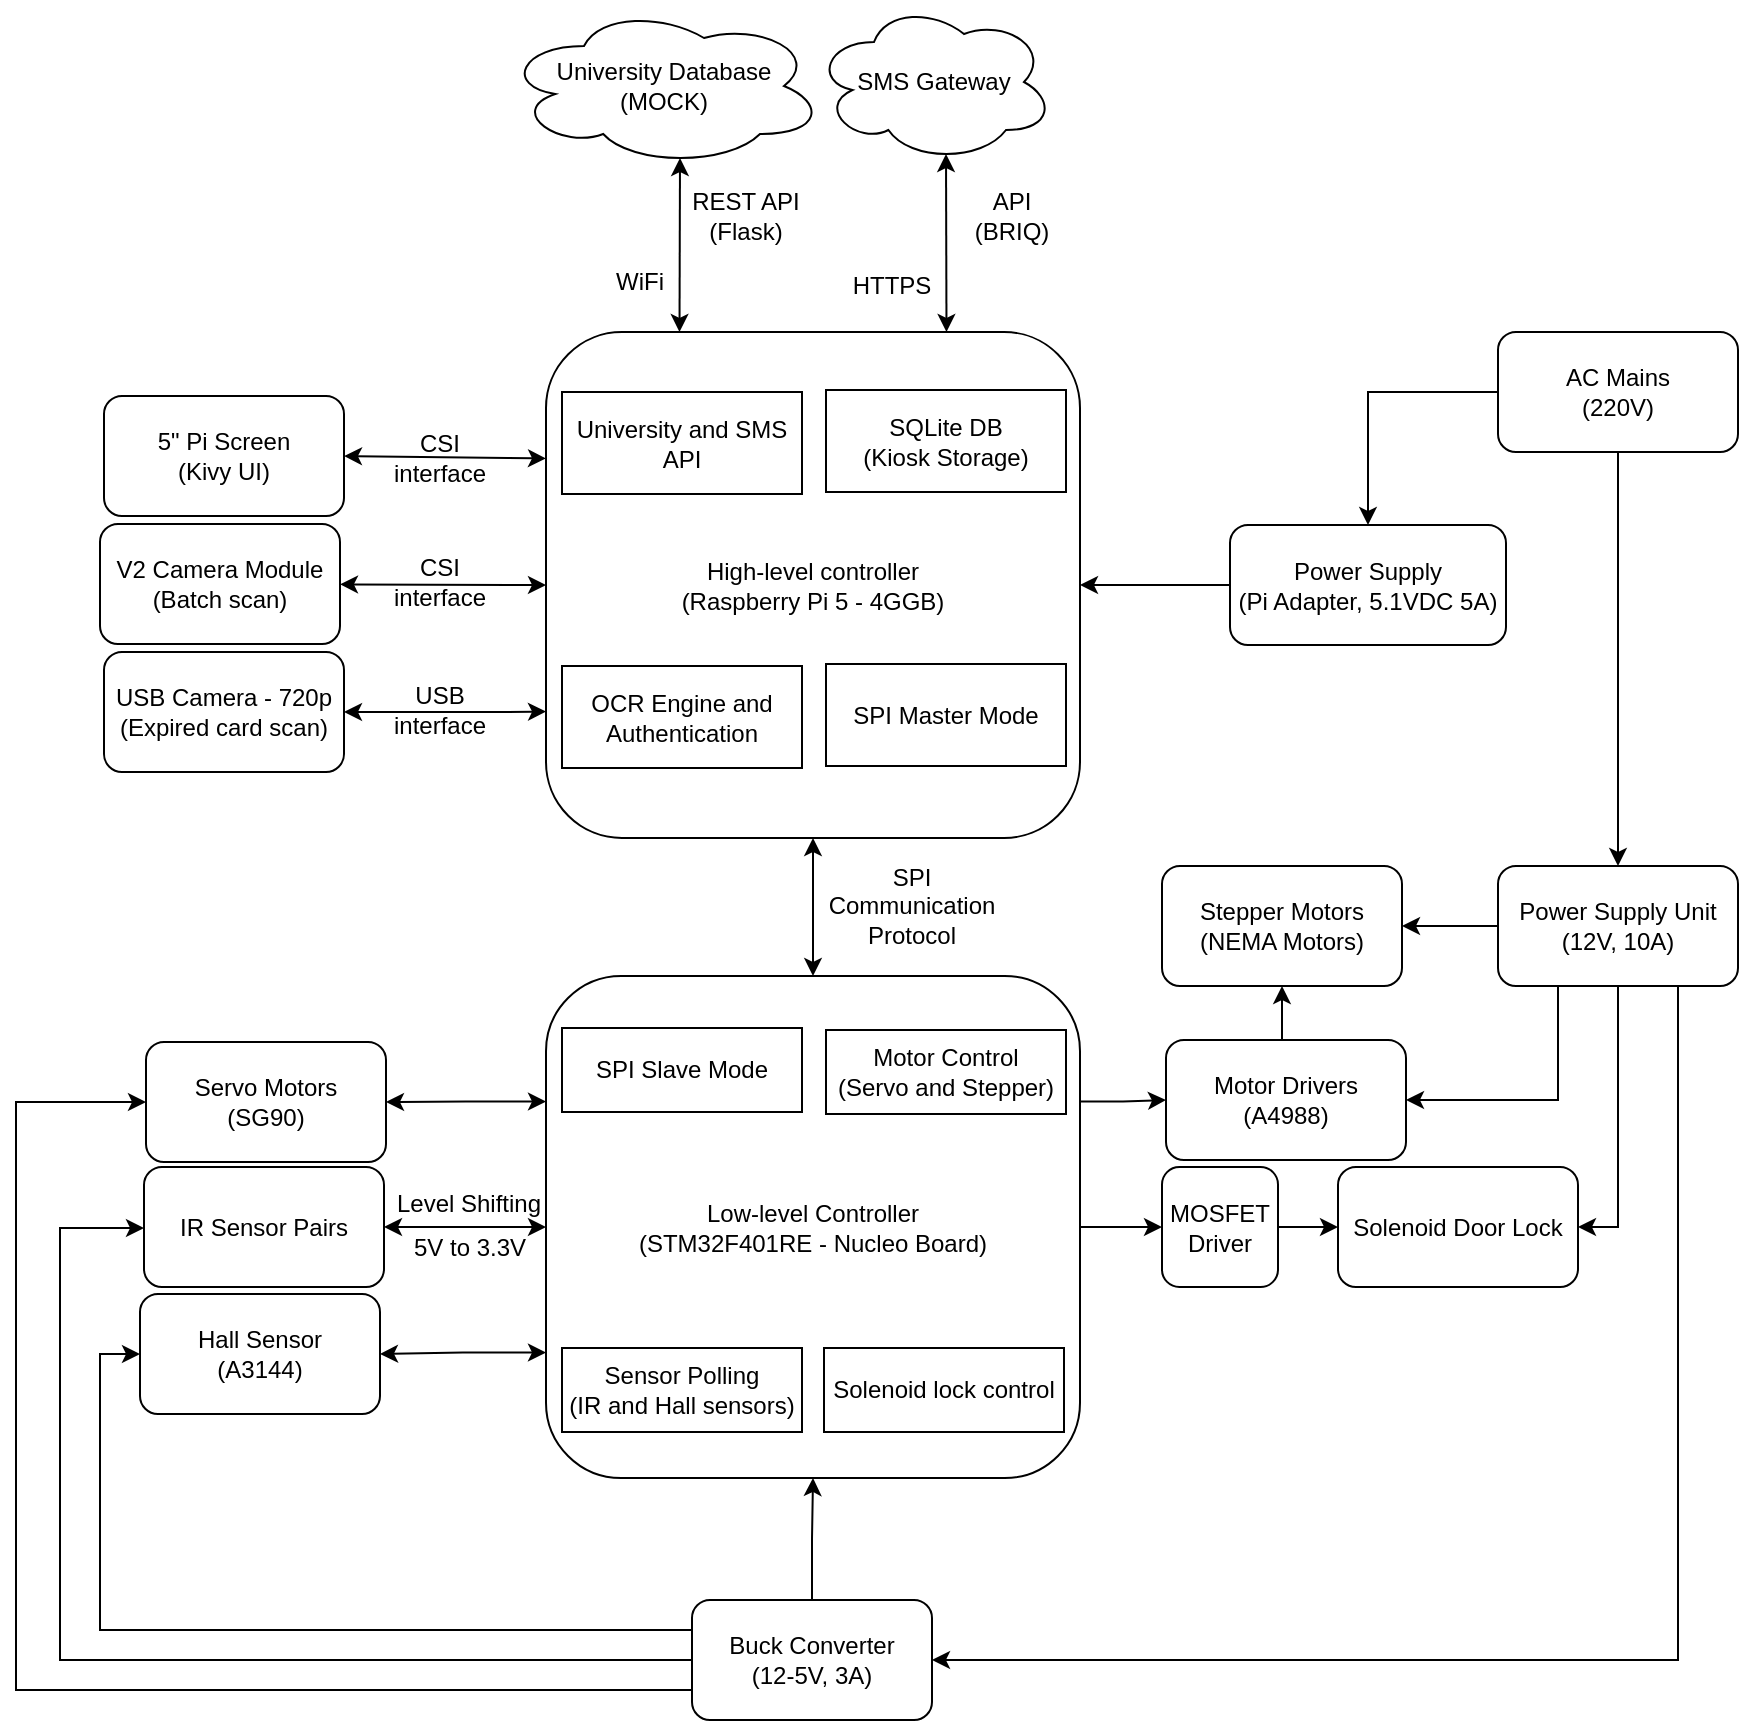
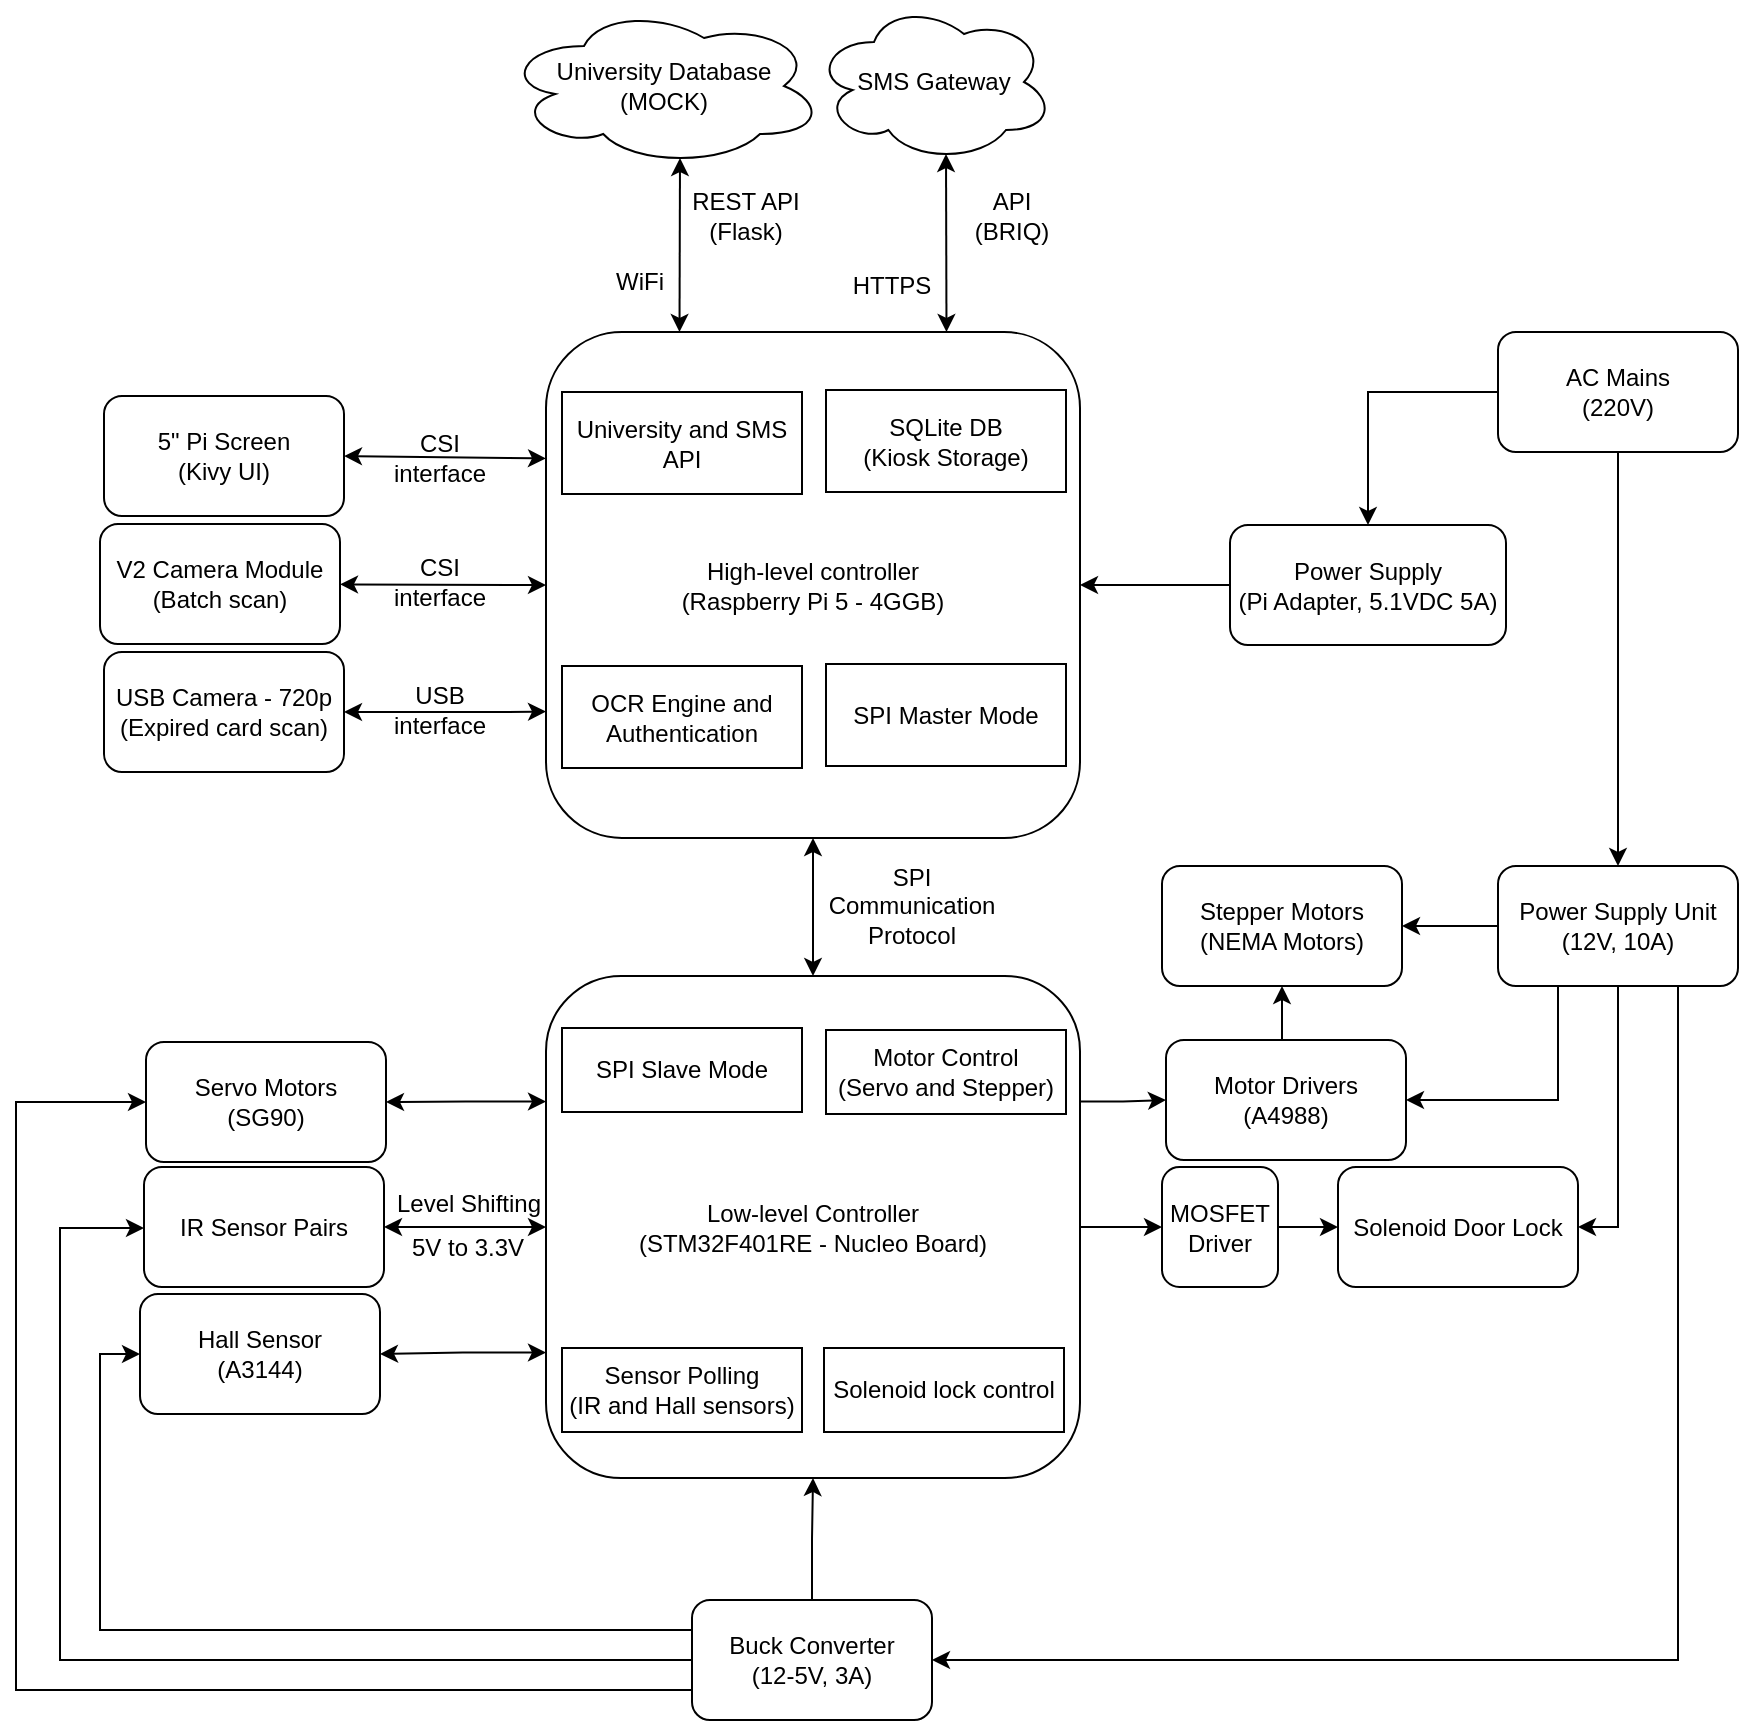
<mxfile host="app.diagrams.net" agent="Mozilla/5.0 (X11; Ubuntu; Linux x86_64; rv:149.0) Gecko/20100101 Firefox/149.0">
  <diagram name="Page-1" id="mYuc8prQHcMQJXzWvvm3">
-     <mxGraphModel dx="1287" dy="1574" grid="1" gridSize="1" guides="1" tooltips="1" connect="1" arrows="1" fold="1" page="1" pageScale="1" pageWidth="1169" pageHeight="827" math="0" shadow="0">
+     <mxGraphModel dx="1488" dy="1664" grid="1" gridSize="1" guides="1" tooltips="1" connect="1" arrows="1" fold="1" page="1" pageScale="1" pageWidth="1169" pageHeight="827" math="0" shadow="0">
      <root>
        <mxCell id="0" />
        <mxCell id="1" parent="0" />
        <mxCell id="GvGBzjtlAZ09NPVF7C73-2" parent="1" style="whiteSpace=wrap;html=1;rounded=1;align=center;" value="&lt;div align=&quot;center&quot;&gt;High-level controller&lt;br&gt;&lt;div&gt;(Raspberry Pi 5 - 4GGB)&lt;/div&gt;&lt;/div&gt;" vertex="1">
-           <mxGeometry height="253" width="267" x="1001" y="-468" as="geometry" />
+           <mxGeometry height="253" width="267" x="406.99999999999994" y="-406" as="geometry" />
        </mxCell>
        <mxCell id="GvGBzjtlAZ09NPVF7C73-4" parent="1" style="ellipse;shape=cloud;whiteSpace=wrap;html=1;" value="University Database&lt;br&gt;(MOCK)" vertex="1">
-           <mxGeometry height="80" width="160" x="980" y="-631" as="geometry" />
+           <mxGeometry height="80" width="160" x="385.99999999999994" y="-569" as="geometry" />
        </mxCell>
        <mxCell id="GvGBzjtlAZ09NPVF7C73-6" parent="1" style="text;html=1;whiteSpace=wrap;strokeColor=none;fillColor=none;align=center;verticalAlign=middle;rounded=0;" value="&lt;div&gt;REST API&lt;/div&gt;&lt;div&gt;(Flask)&lt;/div&gt;" vertex="1">
-           <mxGeometry height="30" width="60" x="1071" y="-541" as="geometry" />
+           <mxGeometry height="30" width="60" x="476.99999999999994" y="-479" as="geometry" />
        </mxCell>
        <mxCell id="GvGBzjtlAZ09NPVF7C73-7" parent="1" style="text;html=1;whiteSpace=wrap;strokeColor=none;fillColor=none;align=center;verticalAlign=middle;rounded=0;" value="&lt;div&gt;WiFi&lt;/div&gt;" vertex="1">
-           <mxGeometry height="30" width="60" x="1018" y="-508" as="geometry" />
+           <mxGeometry height="30" width="60" x="423.99999999999994" y="-446" as="geometry" />
        </mxCell>
        <mxCell id="GvGBzjtlAZ09NPVF7C73-8" parent="1" style="rounded=1;whiteSpace=wrap;html=1;" value="&lt;div&gt;5&quot; Pi Screen&lt;/div&gt;&lt;div&gt;(Kivy UI)&lt;/div&gt;" vertex="1">
-           <mxGeometry height="60" width="120" x="780" y="-436" as="geometry" />
+           <mxGeometry height="60" width="120" x="185.99999999999994" y="-374" as="geometry" />
        </mxCell>
        <mxCell id="GvGBzjtlAZ09NPVF7C73-9" parent="1" style="rounded=1;whiteSpace=wrap;html=1;" value="V2 Camera Module&lt;br&gt;&lt;div&gt;(Batch scan)&lt;/div&gt;" vertex="1">
-           <mxGeometry height="60" width="120" x="778" y="-372" as="geometry" />
+           <mxGeometry height="60" width="120" x="183.99999999999994" y="-310" as="geometry" />
        </mxCell>
        <mxCell id="GvGBzjtlAZ09NPVF7C73-10" parent="1" style="rounded=1;whiteSpace=wrap;html=1;" value="&lt;div&gt;USB Camera - 720p&lt;/div&gt;&lt;div&gt;(Expired card scan)&lt;/div&gt;" vertex="1">
-           <mxGeometry height="60" width="120" x="780" y="-308" as="geometry" />
+           <mxGeometry height="60" width="120" x="185.99999999999994" y="-246" as="geometry" />
        </mxCell>
        <mxCell id="GvGBzjtlAZ09NPVF7C73-18" parent="1" style="text;html=1;whiteSpace=wrap;strokeColor=none;fillColor=none;align=center;verticalAlign=middle;rounded=0;" value="&lt;div&gt;USB interface&lt;/div&gt;" vertex="1">
-           <mxGeometry height="30" width="60" x="918" y="-294" as="geometry" />
+           <mxGeometry height="30" width="60" x="323.99999999999994" y="-232" as="geometry" />
        </mxCell>
        <mxCell id="GvGBzjtlAZ09NPVF7C73-19" parent="1" style="text;html=1;whiteSpace=wrap;strokeColor=none;fillColor=none;align=center;verticalAlign=middle;rounded=0;" value="CSI interface" vertex="1">
-           <mxGeometry height="30" width="60" x="918" y="-420" as="geometry" />
+           <mxGeometry height="30" width="60" x="323.99999999999994" y="-358" as="geometry" />
        </mxCell>
        <mxCell id="E5Vc4qlOW0jQJdsC6d3C-3" edge="1" parent="1" source="E5Vc4qlOW0jQJdsC6d3C-1" style="edgeStyle=orthogonalEdgeStyle;rounded=0;orthogonalLoop=1;jettySize=auto;html=1;exitX=0;exitY=0.5;exitDx=0;exitDy=0;entryX=1;entryY=0.5;entryDx=0;entryDy=0;" target="GvGBzjtlAZ09NPVF7C73-2">
          <mxGeometry relative="1" as="geometry" />
        </mxCell>
        <mxCell id="E5Vc4qlOW0jQJdsC6d3C-1" parent="1" style="rounded=1;whiteSpace=wrap;html=1;" value="Power Supply&lt;br&gt;(Pi Adapter, 5.1VDC 5A)" vertex="1">
-           <mxGeometry height="60" width="138" x="1343" y="-371.5" as="geometry" />
+           <mxGeometry height="60" width="138" x="749" y="-309.5" as="geometry" />
        </mxCell>
        <mxCell id="E5Vc4qlOW0jQJdsC6d3C-12" edge="1" parent="1" source="GvGBzjtlAZ09NPVF7C73-9" style="endArrow=classic;startArrow=classic;html=1;rounded=0;entryX=0;entryY=0.5;entryDx=0;entryDy=0;" target="GvGBzjtlAZ09NPVF7C73-2" value="">
          <mxGeometry height="50" relative="1" width="50" as="geometry">
-             <mxPoint x="965" y="-341.77272727272725" as="sourcePoint" />
-             <mxPoint x="973" y="-371" as="targetPoint" />
+             <mxPoint x="370.99999999999994" y="-279.77272727272725" as="sourcePoint" />
+             <mxPoint x="378.99999999999994" y="-309" as="targetPoint" />
          </mxGeometry>
        </mxCell>
        <mxCell id="E5Vc4qlOW0jQJdsC6d3C-14" edge="1" parent="1" source="GvGBzjtlAZ09NPVF7C73-8" style="endArrow=classic;startArrow=classic;html=1;rounded=0;entryX=0;entryY=0.25;entryDx=0;entryDy=0;exitX=1;exitY=0.5;exitDx=0;exitDy=0;" target="GvGBzjtlAZ09NPVF7C73-2" value="">
          <mxGeometry height="50" relative="1" width="50" as="geometry">
            <Array as="points">
-               <mxPoint x="982" y="-405" />
-             </Array>
-             <mxPoint x="931" y="-365" as="sourcePoint" />
-             <mxPoint x="981" y="-415" as="targetPoint" />
+               <mxPoint x="387.99999999999994" y="-343" />
+             </Array>
+             <mxPoint x="336.99999999999994" y="-303" as="sourcePoint" />
+             <mxPoint x="386.99999999999994" y="-353" as="targetPoint" />
          </mxGeometry>
        </mxCell>
        <mxCell id="E5Vc4qlOW0jQJdsC6d3C-17" parent="1" style="text;html=1;whiteSpace=wrap;strokeColor=none;fillColor=none;align=center;verticalAlign=middle;rounded=0;" value="CSI interface" vertex="1">
-           <mxGeometry height="30" width="60" x="918" y="-358" as="geometry" />
+           <mxGeometry height="30" width="60" x="323.99999999999994" y="-296" as="geometry" />
        </mxCell>
        <mxCell id="E5Vc4qlOW0jQJdsC6d3C-18" edge="1" parent="1" source="GvGBzjtlAZ09NPVF7C73-10" style="endArrow=classic;startArrow=classic;html=1;rounded=0;entryX=0;entryY=0.75;entryDx=0;entryDy=0;exitX=1;exitY=0.5;exitDx=0;exitDy=0;" target="GvGBzjtlAZ09NPVF7C73-2" value="">
          <mxGeometry height="50" relative="1" width="50" as="geometry">
            <Array as="points">
-               <mxPoint x="981" y="-278" />
-             </Array>
-             <mxPoint x="911" y="-217" as="sourcePoint" />
-             <mxPoint x="961" y="-267" as="targetPoint" />
+               <mxPoint x="386.99999999999994" y="-216" />
+             </Array>
+             <mxPoint x="316.99999999999994" y="-155" as="sourcePoint" />
+             <mxPoint x="366.99999999999994" y="-205" as="targetPoint" />
          </mxGeometry>
        </mxCell>
        <mxCell id="E5Vc4qlOW0jQJdsC6d3C-19" parent="1" style="rounded=0;whiteSpace=wrap;html=1;" value="SPI Master Mode" vertex="1">
-           <mxGeometry height="51" width="120" x="1141" y="-302" as="geometry" />
+           <mxGeometry height="51" width="120" x="547" y="-240" as="geometry" />
        </mxCell>
        <mxCell id="E5Vc4qlOW0jQJdsC6d3C-20" parent="1" style="rounded=0;whiteSpace=wrap;html=1;" value="SQLite DB&lt;br&gt;&lt;div&gt;(Kiosk Storage)&lt;/div&gt;" vertex="1">
-           <mxGeometry height="51" width="120" x="1141" y="-439" as="geometry" />
+           <mxGeometry height="51" width="120" x="547" y="-377" as="geometry" />
        </mxCell>
        <mxCell id="E5Vc4qlOW0jQJdsC6d3C-21" parent="1" style="rounded=0;whiteSpace=wrap;html=1;" value="OCR Engine and Authentication" vertex="1">
-           <mxGeometry height="51" width="120" x="1009" y="-301" as="geometry" />
+           <mxGeometry height="51" width="120" x="414.99999999999994" y="-239" as="geometry" />
        </mxCell>
        <mxCell id="E5Vc4qlOW0jQJdsC6d3C-22" parent="1" style="rounded=0;whiteSpace=wrap;html=1;" value="University and SMS API" vertex="1">
-           <mxGeometry height="51" width="120" x="1009" y="-438" as="geometry" />
+           <mxGeometry height="51" width="120" x="414.99999999999994" y="-376" as="geometry" />
        </mxCell>
        <mxCell id="ub_tx6bPQbAAc2E0zEvq-35" edge="1" parent="1" source="E5Vc4qlOW0jQJdsC6d3C-23" style="edgeStyle=orthogonalEdgeStyle;rounded=0;orthogonalLoop=1;jettySize=auto;html=1;exitX=0;exitY=0.5;exitDx=0;exitDy=0;entryX=1;entryY=0.5;entryDx=0;entryDy=0;" target="ub_tx6bPQbAAc2E0zEvq-27">
          <mxGeometry relative="1" as="geometry" />
        </mxCell>
        <mxCell id="ub_tx6bPQbAAc2E0zEvq-37" edge="1" parent="1" source="E5Vc4qlOW0jQJdsC6d3C-23" style="edgeStyle=orthogonalEdgeStyle;rounded=0;orthogonalLoop=1;jettySize=auto;html=1;exitX=0.25;exitY=1;exitDx=0;exitDy=0;entryX=1;entryY=0.5;entryDx=0;entryDy=0;" target="ub_tx6bPQbAAc2E0zEvq-21">
          <mxGeometry relative="1" as="geometry" />
        </mxCell>
        <mxCell id="ub_tx6bPQbAAc2E0zEvq-39" edge="1" parent="1" source="E5Vc4qlOW0jQJdsC6d3C-23" style="edgeStyle=orthogonalEdgeStyle;rounded=0;orthogonalLoop=1;jettySize=auto;html=1;exitX=0.5;exitY=1;exitDx=0;exitDy=0;entryX=1;entryY=0.5;entryDx=0;entryDy=0;" target="ub_tx6bPQbAAc2E0zEvq-20">
          <mxGeometry relative="1" as="geometry" />
        </mxCell>
        <mxCell id="ub_tx6bPQbAAc2E0zEvq-40" edge="1" parent="1" source="E5Vc4qlOW0jQJdsC6d3C-23" style="edgeStyle=orthogonalEdgeStyle;rounded=0;orthogonalLoop=1;jettySize=auto;html=1;exitX=0.75;exitY=1;exitDx=0;exitDy=0;entryX=1;entryY=0.5;entryDx=0;entryDy=0;" target="E5Vc4qlOW0jQJdsC6d3C-24">
          <mxGeometry relative="1" as="geometry" />
        </mxCell>
        <mxCell id="E5Vc4qlOW0jQJdsC6d3C-23" parent="1" style="rounded=1;whiteSpace=wrap;html=1;" value="Power Supply Unit&lt;br&gt;&lt;div&gt;(12V, 10A)&lt;/div&gt;" vertex="1">
-           <mxGeometry height="60" width="120" x="1477" y="-201" as="geometry" />
+           <mxGeometry height="60" width="120" x="883" y="-139" as="geometry" />
        </mxCell>
        <mxCell id="ub_tx6bPQbAAc2E0zEvq-41" edge="1" parent="1" source="E5Vc4qlOW0jQJdsC6d3C-24" style="edgeStyle=orthogonalEdgeStyle;rounded=0;orthogonalLoop=1;jettySize=auto;html=1;exitX=0.5;exitY=0;exitDx=0;exitDy=0;entryX=0.5;entryY=1;entryDx=0;entryDy=0;" target="E5Vc4qlOW0jQJdsC6d3C-26">
          <mxGeometry relative="1" as="geometry" />
        </mxCell>
        <mxCell id="E5Vc4qlOW0jQJdsC6d3C-24" parent="1" style="rounded=1;whiteSpace=wrap;html=1;" value="Buck Converter&lt;br&gt;(12-5V, 3A)" vertex="1">
-           <mxGeometry height="60" width="120" x="1074" y="166" as="geometry" />
+           <mxGeometry height="60" width="120" x="479.99999999999994" y="228" as="geometry" />
        </mxCell>
        <mxCell id="ub_tx6bPQbAAc2E0zEvq-24" edge="1" parent="1" source="E5Vc4qlOW0jQJdsC6d3C-26" style="edgeStyle=orthogonalEdgeStyle;rounded=0;orthogonalLoop=1;jettySize=auto;html=1;exitX=1;exitY=0.25;exitDx=0;exitDy=0;entryX=0;entryY=0.5;entryDx=0;entryDy=0;" target="ub_tx6bPQbAAc2E0zEvq-21">
          <mxGeometry relative="1" as="geometry" />
        </mxCell>
        <mxCell id="ub_tx6bPQbAAc2E0zEvq-46" edge="1" parent="1" source="E5Vc4qlOW0jQJdsC6d3C-26" style="edgeStyle=orthogonalEdgeStyle;rounded=0;orthogonalLoop=1;jettySize=auto;html=1;exitX=0;exitY=0.5;exitDx=0;exitDy=0;startArrow=classic;startFill=1;" target="ub_tx6bPQbAAc2E0zEvq-32">
          <mxGeometry relative="1" as="geometry" />
        </mxCell>
        <mxCell id="ub_tx6bPQbAAc2E0zEvq-48" edge="1" parent="1" source="E5Vc4qlOW0jQJdsC6d3C-26" style="edgeStyle=orthogonalEdgeStyle;rounded=0;orthogonalLoop=1;jettySize=auto;html=1;exitX=0;exitY=0.25;exitDx=0;exitDy=0;entryX=1;entryY=0.5;entryDx=0;entryDy=0;startArrow=classic;startFill=1;" target="ub_tx6bPQbAAc2E0zEvq-30">
          <mxGeometry relative="1" as="geometry" />
        </mxCell>
        <mxCell id="ub_tx6bPQbAAc2E0zEvq-49" edge="1" parent="1" source="E5Vc4qlOW0jQJdsC6d3C-26" style="edgeStyle=orthogonalEdgeStyle;rounded=0;orthogonalLoop=1;jettySize=auto;html=1;exitX=0;exitY=0.75;exitDx=0;exitDy=0;entryX=1;entryY=0.5;entryDx=0;entryDy=0;startArrow=classic;startFill=1;" target="ub_tx6bPQbAAc2E0zEvq-31">
          <mxGeometry relative="1" as="geometry" />
        </mxCell>
        <mxCell id="LeAnnW7A5j2esEQeNNGv-4" edge="1" parent="1" source="E5Vc4qlOW0jQJdsC6d3C-26" style="edgeStyle=orthogonalEdgeStyle;rounded=0;orthogonalLoop=1;jettySize=auto;html=1;exitX=1;exitY=0.5;exitDx=0;exitDy=0;entryX=0;entryY=0.5;entryDx=0;entryDy=0;" target="LeAnnW7A5j2esEQeNNGv-3">
          <mxGeometry relative="1" as="geometry" />
        </mxCell>
        <mxCell id="E5Vc4qlOW0jQJdsC6d3C-26" parent="1" style="rounded=1;whiteSpace=wrap;html=1;" value="&lt;div&gt;Low-level Controller&lt;/div&gt;(STM32F401RE - Nucleo Board)" vertex="1">
-           <mxGeometry height="251" width="267" x="1001" y="-146" as="geometry" />
+           <mxGeometry height="251" width="267" x="406.99999999999994" y="-84" as="geometry" />
        </mxCell>
        <mxCell id="E5Vc4qlOW0jQJdsC6d3C-27" edge="1" parent="1" source="E5Vc4qlOW0jQJdsC6d3C-26" style="endArrow=classic;startArrow=classic;html=1;rounded=0;entryX=0.5;entryY=1;entryDx=0;entryDy=0;exitX=0.5;exitY=0;exitDx=0;exitDy=0;" target="GvGBzjtlAZ09NPVF7C73-2" value="">
          <mxGeometry height="50" relative="1" width="50" as="geometry">
-             <mxPoint x="1068" y="-158" as="sourcePoint" />
-             <mxPoint x="1118" y="-208" as="targetPoint" />
+             <mxPoint x="473.99999999999994" y="-96" as="sourcePoint" />
+             <mxPoint x="524" y="-146" as="targetPoint" />
          </mxGeometry>
        </mxCell>
        <mxCell id="E5Vc4qlOW0jQJdsC6d3C-28" parent="1" style="text;html=1;whiteSpace=wrap;strokeColor=none;fillColor=none;align=center;verticalAlign=middle;rounded=0;" value="&lt;div&gt;SPI Communication&lt;/div&gt;&lt;div&gt;Protocol&lt;/div&gt;" vertex="1">
-           <mxGeometry height="48" width="88" x="1140" y="-205" as="geometry" />
+           <mxGeometry height="48" width="88" x="546" y="-143" as="geometry" />
        </mxCell>
        <mxCell id="ub_tx6bPQbAAc2E0zEvq-1" parent="1" style="ellipse;shape=cloud;whiteSpace=wrap;html=1;" value="&lt;div&gt;SMS Gateway&lt;/div&gt;" vertex="1">
-           <mxGeometry height="80" width="120" x="1135" y="-633" as="geometry" />
+           <mxGeometry height="80" width="120" x="541" y="-571" as="geometry" />
        </mxCell>
        <mxCell id="ub_tx6bPQbAAc2E0zEvq-6" edge="1" parent="1" source="GvGBzjtlAZ09NPVF7C73-2" style="endArrow=classic;startArrow=classic;html=1;rounded=0;entryX=0.55;entryY=0.95;entryDx=0;entryDy=0;entryPerimeter=0;exitX=0.25;exitY=0;exitDx=0;exitDy=0;" target="GvGBzjtlAZ09NPVF7C73-4" value="">
          <mxGeometry height="50" relative="1" width="50" as="geometry">
-             <mxPoint x="1015" y="-454" as="sourcePoint" />
-             <mxPoint x="1065" y="-504" as="targetPoint" />
+             <mxPoint x="420.99999999999994" y="-392" as="sourcePoint" />
+             <mxPoint x="470.99999999999994" y="-442" as="targetPoint" />
          </mxGeometry>
        </mxCell>
        <mxCell id="ub_tx6bPQbAAc2E0zEvq-7" edge="1" parent="1" source="GvGBzjtlAZ09NPVF7C73-2" style="endArrow=classic;startArrow=classic;html=1;rounded=0;entryX=0.55;entryY=0.95;entryDx=0;entryDy=0;entryPerimeter=0;exitX=0.75;exitY=0;exitDx=0;exitDy=0;" target="ub_tx6bPQbAAc2E0zEvq-1" value="">
          <mxGeometry height="50" relative="1" width="50" as="geometry">
-             <mxPoint x="1258" y="-436" as="sourcePoint" />
-             <mxPoint x="1258" y="-523" as="targetPoint" />
+             <mxPoint x="664" y="-374" as="sourcePoint" />
+             <mxPoint x="664" y="-461" as="targetPoint" />
          </mxGeometry>
        </mxCell>
        <mxCell id="ub_tx6bPQbAAc2E0zEvq-8" parent="1" style="text;html=1;whiteSpace=wrap;strokeColor=none;fillColor=none;align=center;verticalAlign=middle;rounded=0;" value="&lt;div&gt;API&lt;/div&gt;&lt;div&gt;(BRIQ)&lt;/div&gt;" vertex="1">
-           <mxGeometry height="30" width="60" x="1204" y="-541" as="geometry" />
+           <mxGeometry height="30" width="60" x="610" y="-479" as="geometry" />
        </mxCell>
        <mxCell id="ub_tx6bPQbAAc2E0zEvq-33" edge="1" parent="1" source="ub_tx6bPQbAAc2E0zEvq-10" style="edgeStyle=orthogonalEdgeStyle;rounded=0;orthogonalLoop=1;jettySize=auto;html=1;exitX=0.5;exitY=1;exitDx=0;exitDy=0;entryX=0.5;entryY=0;entryDx=0;entryDy=0;" target="E5Vc4qlOW0jQJdsC6d3C-23">
          <mxGeometry relative="1" as="geometry" />
        </mxCell>
        <mxCell id="ub_tx6bPQbAAc2E0zEvq-34" edge="1" parent="1" source="ub_tx6bPQbAAc2E0zEvq-10" style="edgeStyle=orthogonalEdgeStyle;rounded=0;orthogonalLoop=1;jettySize=auto;html=1;exitX=0;exitY=0.5;exitDx=0;exitDy=0;" target="E5Vc4qlOW0jQJdsC6d3C-1">
          <mxGeometry relative="1" as="geometry" />
        </mxCell>
        <mxCell id="ub_tx6bPQbAAc2E0zEvq-10" parent="1" style="rounded=1;whiteSpace=wrap;html=1;" value="&lt;div&gt;AC Mains&lt;/div&gt;&lt;div&gt;(220V)&lt;/div&gt;" vertex="1">
-           <mxGeometry height="60" width="120" x="1477" y="-468" as="geometry" />
+           <mxGeometry height="60" width="120" x="883" y="-406" as="geometry" />
        </mxCell>
        <mxCell id="ub_tx6bPQbAAc2E0zEvq-13" parent="1" style="text;html=1;whiteSpace=wrap;strokeColor=none;fillColor=none;align=center;verticalAlign=middle;rounded=0;" value="HTTPS" vertex="1">
-           <mxGeometry height="30" width="60" x="1144" y="-506" as="geometry" />
+           <mxGeometry height="30" width="60" x="550" y="-444" as="geometry" />
        </mxCell>
        <mxCell id="ub_tx6bPQbAAc2E0zEvq-14" parent="1" style="rounded=0;whiteSpace=wrap;html=1;" value="Motor Control&lt;br&gt;(Servo and Stepper)" vertex="1">
-           <mxGeometry height="42" width="120" x="1141" y="-119" as="geometry" />
+           <mxGeometry height="42" width="120" x="547" y="-57" as="geometry" />
        </mxCell>
        <mxCell id="ub_tx6bPQbAAc2E0zEvq-15" parent="1" style="rounded=0;whiteSpace=wrap;html=1;" value="SPI Slave Mode" vertex="1">
-           <mxGeometry height="42" width="120" x="1009" y="-120" as="geometry" />
+           <mxGeometry height="42" width="120" x="414.99999999999994" y="-58" as="geometry" />
        </mxCell>
        <mxCell id="ub_tx6bPQbAAc2E0zEvq-16" parent="1" style="rounded=0;whiteSpace=wrap;html=1;" value="&lt;div&gt;Sensor Polling&lt;/div&gt;&lt;div&gt;(IR and Hall sensors)&lt;/div&gt;" vertex="1">
-           <mxGeometry height="42" width="120" x="1009" y="40" as="geometry" />
+           <mxGeometry height="42" width="120" x="414.99999999999994" y="102" as="geometry" />
        </mxCell>
        <mxCell id="ub_tx6bPQbAAc2E0zEvq-17" parent="1" style="rounded=0;whiteSpace=wrap;html=1;" value="Solenoid lock control" vertex="1">
-           <mxGeometry height="42" width="120" x="1140" y="40" as="geometry" />
+           <mxGeometry height="42" width="120" x="546" y="102" as="geometry" />
        </mxCell>
        <mxCell id="ub_tx6bPQbAAc2E0zEvq-20" parent="1" style="rounded=1;whiteSpace=wrap;html=1;" value="Solenoid Door Lock" vertex="1">
-           <mxGeometry height="60" width="120" x="1397" y="-50.5" as="geometry" />
+           <mxGeometry height="60" width="120" x="803" y="11.5" as="geometry" />
        </mxCell>
        <mxCell id="ub_tx6bPQbAAc2E0zEvq-29" edge="1" parent="1" source="ub_tx6bPQbAAc2E0zEvq-21" style="edgeStyle=orthogonalEdgeStyle;rounded=0;orthogonalLoop=1;jettySize=auto;html=1;exitX=0.5;exitY=0;exitDx=0;exitDy=0;entryX=0.5;entryY=1;entryDx=0;entryDy=0;" target="ub_tx6bPQbAAc2E0zEvq-27">
          <mxGeometry relative="1" as="geometry" />
        </mxCell>
        <mxCell id="ub_tx6bPQbAAc2E0zEvq-21" parent="1" style="rounded=1;whiteSpace=wrap;html=1;" value="&lt;div&gt;Motor Drivers&lt;/div&gt;&lt;div&gt;(A4988)&lt;/div&gt;" vertex="1">
-           <mxGeometry height="60" width="120" x="1311" y="-114" as="geometry" />
+           <mxGeometry height="60" width="120" x="717" y="-52" as="geometry" />
        </mxCell>
        <mxCell id="ub_tx6bPQbAAc2E0zEvq-27" parent="1" style="rounded=1;whiteSpace=wrap;html=1;" value="&lt;div&gt;Stepper Motors&lt;/div&gt;&lt;div&gt;(NEMA Motors)&lt;/div&gt;" vertex="1">
-           <mxGeometry height="60" width="120" x="1309" y="-201" as="geometry" />
+           <mxGeometry height="60" width="120" x="715" y="-139" as="geometry" />
        </mxCell>
        <mxCell id="ub_tx6bPQbAAc2E0zEvq-45" edge="1" parent="1" source="E5Vc4qlOW0jQJdsC6d3C-24" style="edgeStyle=orthogonalEdgeStyle;rounded=0;orthogonalLoop=1;jettySize=auto;html=1;exitX=0;exitY=0.75;exitDx=0;exitDy=0;entryX=0;entryY=0.5;entryDx=0;entryDy=0;" target="ub_tx6bPQbAAc2E0zEvq-30">
          <mxGeometry relative="1" as="geometry">
            <Array as="points">
-               <mxPoint x="736" y="211" />
-               <mxPoint x="736" y="-83" />
+               <mxPoint x="141.99999999999994" y="273" />
+               <mxPoint x="141.99999999999994" y="-21" />
            </Array>
          </mxGeometry>
        </mxCell>
        <mxCell id="ub_tx6bPQbAAc2E0zEvq-30" parent="1" style="rounded=1;whiteSpace=wrap;html=1;" value="Servo Motors&lt;br&gt;(SG90)" vertex="1">
-           <mxGeometry height="60" width="120" x="801" y="-113" as="geometry" />
+           <mxGeometry height="60" width="120" x="206.99999999999994" y="-51" as="geometry" />
        </mxCell>
        <mxCell id="ub_tx6bPQbAAc2E0zEvq-43" edge="1" parent="1" source="E5Vc4qlOW0jQJdsC6d3C-24" style="edgeStyle=orthogonalEdgeStyle;rounded=0;orthogonalLoop=1;jettySize=auto;html=1;exitX=0;exitY=0.25;exitDx=0;exitDy=0;entryX=0;entryY=0.5;entryDx=0;entryDy=0;" target="ub_tx6bPQbAAc2E0zEvq-31">
          <mxGeometry relative="1" as="geometry" />
        </mxCell>
        <mxCell id="ub_tx6bPQbAAc2E0zEvq-31" parent="1" style="rounded=1;whiteSpace=wrap;html=1;" value="Hall Sensor&lt;br&gt;(A3144)" vertex="1">
-           <mxGeometry height="60" width="120" x="798" y="13" as="geometry" />
+           <mxGeometry height="60" width="120" x="203.99999999999994" y="75" as="geometry" />
        </mxCell>
        <mxCell id="ub_tx6bPQbAAc2E0zEvq-44" edge="1" parent="1" source="E5Vc4qlOW0jQJdsC6d3C-24" style="edgeStyle=orthogonalEdgeStyle;rounded=0;orthogonalLoop=1;jettySize=auto;html=1;exitX=0;exitY=0.5;exitDx=0;exitDy=0;entryX=0;entryY=0.5;entryDx=0;entryDy=0;" target="ub_tx6bPQbAAc2E0zEvq-32">
          <mxGeometry relative="1" as="geometry">
            <Array as="points">
-               <mxPoint x="758" y="196" />
-               <mxPoint x="758" y="-20" />
-               <mxPoint x="800" y="-20" />
+               <mxPoint x="163.99999999999994" y="258" />
+               <mxPoint x="163.99999999999994" y="42" />
+               <mxPoint x="205.99999999999994" y="42" />
            </Array>
          </mxGeometry>
        </mxCell>
        <mxCell id="ub_tx6bPQbAAc2E0zEvq-32" parent="1" style="rounded=1;whiteSpace=wrap;html=1;" value="IR Sensor Pairs" vertex="1">
-           <mxGeometry height="60" width="120" x="800" y="-50.5" as="geometry" />
+           <mxGeometry height="60" width="120" x="205.99999999999994" y="11.5" as="geometry" />
        </mxCell>
        <mxCell id="LeAnnW7A5j2esEQeNNGv-1" parent="1" style="text;html=1;whiteSpace=wrap;strokeColor=none;fillColor=none;align=center;verticalAlign=middle;rounded=0;" value="Level Shifting" vertex="1">
-           <mxGeometry height="30" width="85" x="920" y="-47" as="geometry" />
+           <mxGeometry height="30" width="85" x="325.99999999999994" y="15" as="geometry" />
        </mxCell>
        <mxCell id="LeAnnW7A5j2esEQeNNGv-2" parent="1" style="text;html=1;whiteSpace=wrap;strokeColor=none;fillColor=none;align=center;verticalAlign=middle;rounded=0;" value="5V to 3.3V" vertex="1">
-           <mxGeometry height="30" width="60" x="932.5" y="-25" as="geometry" />
+           <mxGeometry height="30" width="60" x="338.49999999999994" y="37" as="geometry" />
        </mxCell>
        <mxCell id="LeAnnW7A5j2esEQeNNGv-5" edge="1" parent="1" source="LeAnnW7A5j2esEQeNNGv-3" style="edgeStyle=orthogonalEdgeStyle;rounded=0;orthogonalLoop=1;jettySize=auto;html=1;exitX=1;exitY=0.5;exitDx=0;exitDy=0;" target="ub_tx6bPQbAAc2E0zEvq-20">
          <mxGeometry relative="1" as="geometry" />
        </mxCell>
        <mxCell id="LeAnnW7A5j2esEQeNNGv-3" parent="1" style="rounded=1;whiteSpace=wrap;html=1;" value="MOSFET Driver" vertex="1">
-           <mxGeometry height="60" width="58" x="1309" y="-50.5" as="geometry" />
+           <mxGeometry height="60" width="58" x="715" y="11.5" as="geometry" />
        </mxCell>
      </root>
    </mxGraphModel>
  </diagram>
</mxfile>
